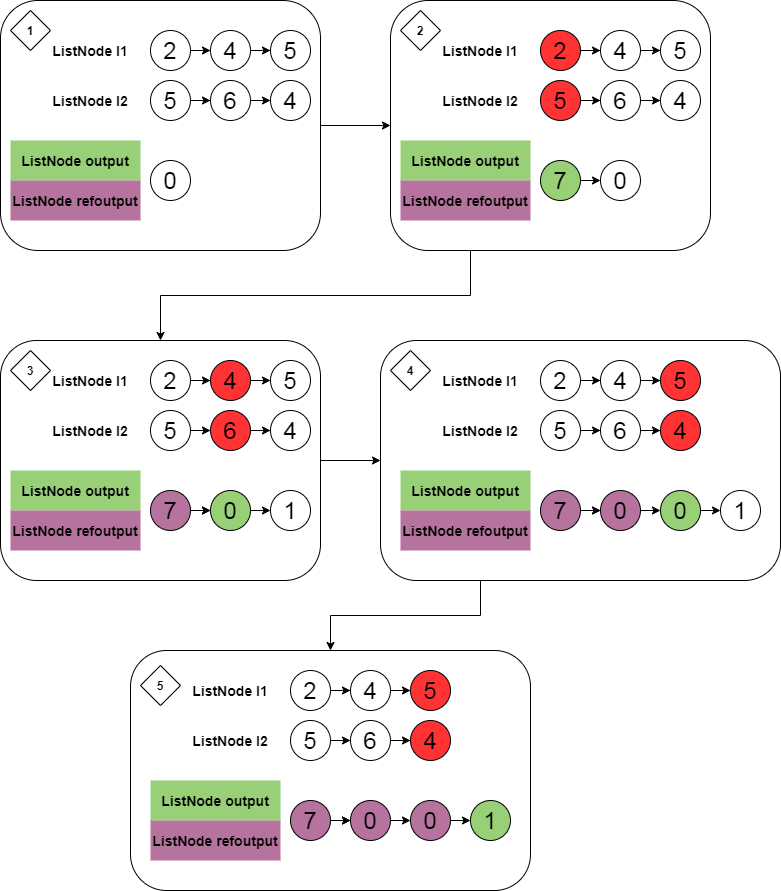
Earlier version of the draw.io export source/img/LeetCode/2_AddTwoNumbers.png (seawaterfoods/seawaterfoods.github.io). Source tidied: cells renumbered, new cells last; positions are measured from the earlier drawing's top-left corner, leaving out a move shared by most shapes.
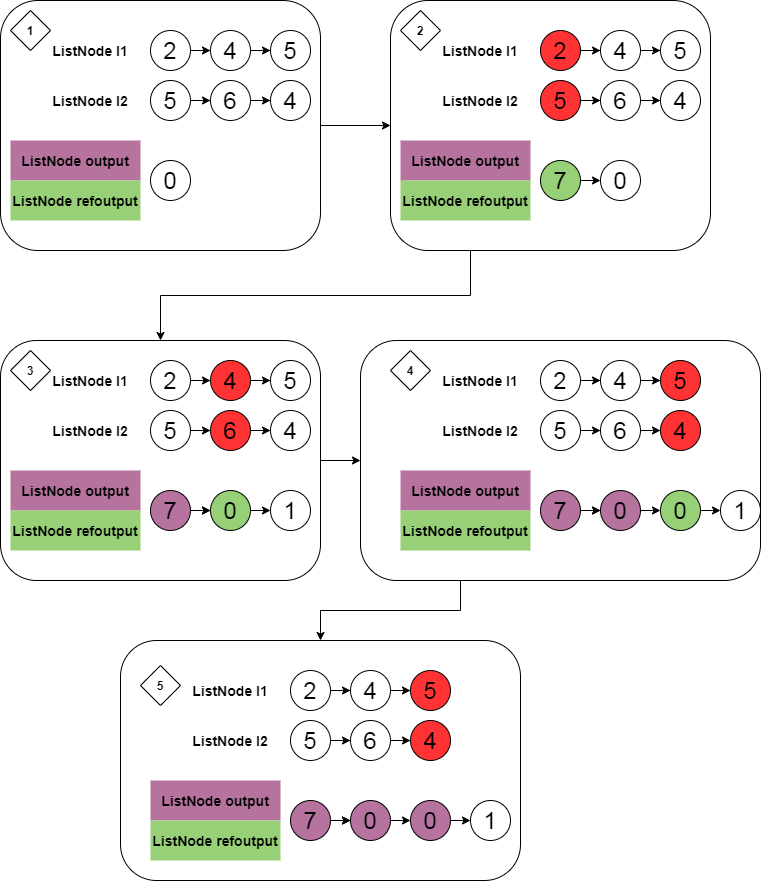
The same file after the commit.

Commit message:
修日誌BUG (LeetCode)2 Add Two Numbers

Diff of the diagram source:
```diff
@@ -38,10 +38,10 @@
     <mxCell id="13" value="&lt;font style=&quot;font-size: 24px&quot;&gt;5&lt;/font&gt;" style="ellipse;whiteSpace=wrap;html=1;" parent="1" vertex="1">
       <mxGeometry x="150" y="80" width="40" height="40" as="geometry" />
     </mxCell>
-    <mxCell id="14" value="&lt;h3&gt;ListNode&amp;nbsp;output&lt;/h3&gt;" style="text;html=1;strokeColor=none;fillColor=#97D077;align=center;verticalAlign=middle;whiteSpace=wrap;rounded=0;" parent="1" vertex="1">
+    <mxCell id="14" value="&lt;h3&gt;ListNode&amp;nbsp;output&lt;/h3&gt;" style="text;html=1;strokeColor=none;fillColor=#B5739D;align=center;verticalAlign=middle;whiteSpace=wrap;rounded=0;" parent="1" vertex="1">
       <mxGeometry x="10" y="140" width="130" height="40" as="geometry" />
     </mxCell>
-    <mxCell id="15" value="&lt;h3&gt;ListNode&amp;nbsp;refoutput&lt;/h3&gt;" style="text;html=1;strokeColor=none;fillColor=#B5739D;align=center;verticalAlign=middle;whiteSpace=wrap;rounded=0;" parent="1" vertex="1">
+    <mxCell id="15" value="&lt;h3&gt;ListNode&amp;nbsp;refoutput&lt;/h3&gt;" style="text;html=1;strokeColor=none;fillColor=#97D077;align=center;verticalAlign=middle;whiteSpace=wrap;rounded=0;" parent="1" vertex="1">
       <mxGeometry x="10" y="180" width="130" height="40" as="geometry" />
     </mxCell>
     <mxCell id="16" value="&lt;font style=&quot;font-size: 24px&quot;&gt;0&lt;/font&gt;" style="ellipse;whiteSpace=wrap;html=1;" parent="1" vertex="1">
@@ -83,10 +83,10 @@
     <mxCell id="28" value="&lt;font style=&quot;font-size: 24px&quot;&gt;5&lt;/font&gt;" style="ellipse;whiteSpace=wrap;html=1;fillColor=#FF3333;" parent="1" vertex="1">
       <mxGeometry x="540" y="80" width="40" height="40" as="geometry" />
     </mxCell>
-    <mxCell id="29" value="&lt;h3&gt;ListNode&amp;nbsp;output&lt;/h3&gt;" style="text;html=1;strokeColor=none;fillColor=#97D077;align=center;verticalAlign=middle;whiteSpace=wrap;rounded=0;" parent="1" vertex="1">
+    <mxCell id="29" value="&lt;h3&gt;ListNode&amp;nbsp;output&lt;/h3&gt;" style="text;html=1;strokeColor=none;fillColor=#B5739D;align=center;verticalAlign=middle;whiteSpace=wrap;rounded=0;" parent="1" vertex="1">
       <mxGeometry x="400" y="140" width="130" height="40" as="geometry" />
     </mxCell>
-    <mxCell id="30" value="&lt;h3&gt;ListNode&amp;nbsp;refoutput&lt;/h3&gt;" style="text;html=1;strokeColor=none;fillColor=#B5739D;align=center;verticalAlign=middle;whiteSpace=wrap;rounded=0;" parent="1" vertex="1">
+    <mxCell id="30" value="&lt;h3&gt;ListNode&amp;nbsp;refoutput&lt;/h3&gt;" style="text;html=1;strokeColor=none;fillColor=#97D077;align=center;verticalAlign=middle;whiteSpace=wrap;rounded=0;" parent="1" vertex="1">
       <mxGeometry x="400" y="180" width="130" height="40" as="geometry" />
     </mxCell>
     <mxCell id="31" style="edgeStyle=orthogonalEdgeStyle;rounded=0;jettySize=auto;html=1;exitX=1;exitY=0.5;exitDx=0;exitDy=0;entryX=0;entryY=0.5;entryDx=0;entryDy=0;" parent="1" edge="1" source="32" target="33">
@@ -134,10 +134,10 @@
     <mxCell id="45" value="&lt;font style=&quot;font-size: 24px&quot;&gt;5&lt;/font&gt;" style="ellipse;whiteSpace=wrap;html=1;fillColor=#FFFFFF;" parent="1" vertex="1">
       <mxGeometry x="150" y="410" width="40" height="40" as="geometry" />
     </mxCell>
-    <mxCell id="46" value="&lt;h3&gt;ListNode&amp;nbsp;output&lt;/h3&gt;" style="text;html=1;strokeColor=none;fillColor=#97D077;align=center;verticalAlign=middle;whiteSpace=wrap;rounded=0;" parent="1" vertex="1">
+    <mxCell id="46" value="&lt;h3&gt;ListNode&amp;nbsp;output&lt;/h3&gt;" style="text;html=1;strokeColor=none;fillColor=#B5739D;align=center;verticalAlign=middle;whiteSpace=wrap;rounded=0;" parent="1" vertex="1">
       <mxGeometry x="10" y="470" width="130" height="40" as="geometry" />
     </mxCell>
-    <mxCell id="47" value="&lt;h3&gt;ListNode&amp;nbsp;refoutput&lt;/h3&gt;" style="text;html=1;strokeColor=none;fillColor=#B5739D;align=center;verticalAlign=middle;whiteSpace=wrap;rounded=0;" parent="1" vertex="1">
+    <mxCell id="47" value="&lt;h3&gt;ListNode&amp;nbsp;refoutput&lt;/h3&gt;" style="text;html=1;strokeColor=none;fillColor=#97D077;align=center;verticalAlign=middle;whiteSpace=wrap;rounded=0;" parent="1" vertex="1">
       <mxGeometry x="10" y="510" width="130" height="40" as="geometry" />
     </mxCell>
     <mxCell id="48" style="edgeStyle=orthogonalEdgeStyle;rounded=0;jettySize=auto;html=1;exitX=1;exitY=0.5;exitDx=0;exitDy=0;entryX=0;entryY=0.5;entryDx=0;entryDy=0;" parent="1" edge="1" source="50" target="52">
@@ -196,10 +196,10 @@
     <mxCell id="65" value="&lt;font style=&quot;font-size: 24px&quot;&gt;5&lt;/font&gt;" style="ellipse;whiteSpace=wrap;html=1;fillColor=#FFFFFF;" parent="1" vertex="1">
       <mxGeometry x="540" y="410" width="40" height="40" as="geometry" />
     </mxCell>
-    <mxCell id="66" value="&lt;h3&gt;ListNode&amp;nbsp;output&lt;/h3&gt;" style="text;html=1;strokeColor=none;fillColor=#97D077;align=center;verticalAlign=middle;whiteSpace=wrap;rounded=0;" parent="1" vertex="1">
+    <mxCell id="66" value="&lt;h3&gt;ListNode&amp;nbsp;output&lt;/h3&gt;" style="text;html=1;strokeColor=none;fillColor=#B5739D;align=center;verticalAlign=middle;whiteSpace=wrap;rounded=0;" parent="1" vertex="1">
       <mxGeometry x="400" y="470" width="130" height="40" as="geometry" />
     </mxCell>
-    <mxCell id="67" value="&lt;h3&gt;ListNode&amp;nbsp;refoutput&lt;/h3&gt;" style="text;html=1;strokeColor=none;fillColor=#B5739D;align=center;verticalAlign=middle;whiteSpace=wrap;rounded=0;" parent="1" vertex="1">
+    <mxCell id="67" value="&lt;h3&gt;ListNode&amp;nbsp;refoutput&lt;/h3&gt;" style="text;html=1;strokeColor=none;fillColor=#97D077;align=center;verticalAlign=middle;whiteSpace=wrap;rounded=0;" parent="1" vertex="1">
       <mxGeometry x="400" y="510" width="130" height="40" as="geometry" />
     </mxCell>
     <mxCell id="68" style="edgeStyle=orthogonalEdgeStyle;rounded=0;jettySize=auto;html=1;exitX=1;exitY=0.5;exitDx=0;exitDy=0;entryX=0;entryY=0.5;entryDx=0;entryDy=0;" parent="1" edge="1" source="70" target="72">
@@ -264,10 +264,10 @@
     <mxCell id="87" value="&lt;font style=&quot;font-size: 24px&quot;&gt;5&lt;/font&gt;" style="ellipse;whiteSpace=wrap;html=1;fillColor=#FFFFFF;" parent="1" vertex="1">
       <mxGeometry x="290" y="720" width="40" height="40" as="geometry" />
     </mxCell>
-    <mxCell id="88" value="&lt;h3&gt;ListNode&amp;nbsp;output&lt;/h3&gt;" style="text;html=1;strokeColor=none;fillColor=#97D077;align=center;verticalAlign=middle;whiteSpace=wrap;rounded=0;" parent="1" vertex="1">
+    <mxCell id="88" value="&lt;h3&gt;ListNode&amp;nbsp;output&lt;/h3&gt;" style="text;html=1;strokeColor=none;fillColor=#B5739D;align=center;verticalAlign=middle;whiteSpace=wrap;rounded=0;" parent="1" vertex="1">
       <mxGeometry x="150" y="780" width="130" height="40" as="geometry" />
     </mxCell>
-    <mxCell id="89" value="&lt;h3&gt;ListNode&amp;nbsp;refoutput&lt;/h3&gt;" style="text;html=1;strokeColor=none;fillColor=#B5739D;align=center;verticalAlign=middle;whiteSpace=wrap;rounded=0;" parent="1" vertex="1">
+    <mxCell id="89" value="&lt;h3&gt;ListNode&amp;nbsp;refoutput&lt;/h3&gt;" style="text;html=1;strokeColor=none;fillColor=#97D077;align=center;verticalAlign=middle;whiteSpace=wrap;rounded=0;" parent="1" vertex="1">
       <mxGeometry x="150" y="820" width="130" height="40" as="geometry" />
     </mxCell>
     <mxCell id="90" style="edgeStyle=orthogonalEdgeStyle;rounded=0;jettySize=auto;html=1;exitX=1;exitY=0.5;exitDx=0;exitDy=0;entryX=0;entryY=0.5;entryDx=0;entryDy=0;" parent="1" edge="1" source="92" target="94">
@@ -293,7 +293,7 @@
     <mxCell id="96" value="&lt;font style=&quot;font-size: 24px&quot;&gt;0&lt;/font&gt;" style="ellipse;whiteSpace=wrap;html=1;fillColor=#B5739D;" parent="1" vertex="1">
       <mxGeometry x="410" y="800" width="40" height="40" as="geometry" />
     </mxCell>
-    <mxCell id="97" value="&lt;font style=&quot;font-size: 24px&quot;&gt;1&lt;/font&gt;" style="ellipse;whiteSpace=wrap;html=1;fillColor=#97D077;" parent="1" vertex="1">
+    <mxCell id="97" value="&lt;font style=&quot;font-size: 24px&quot;&gt;1&lt;/font&gt;" style="ellipse;whiteSpace=wrap;html=1;fillColor=#FFFFFF;" parent="1" vertex="1">
       <mxGeometry x="470" y="800" width="40" height="40" as="geometry" />
     </mxCell>
     <mxCell id="98" style="edgeStyle=orthogonalEdgeStyle;rounded=0;jettySize=auto;html=1;exitX=0.25;exitY=1;exitDx=0;exitDy=0;" parent="1" edge="1" source="99" target="101">
@@ -312,10 +312,10 @@
       <mxGeometry relative="1" as="geometry" />
     </mxCell>
     <mxCell id="103" style="rounded=1;whiteSpace=wrap;html=1;strokeColor=#000000;fillColor=none;" parent="1" vertex="1">
-      <mxGeometry x="380" y="340" width="400" height="240" as="geometry" />
+      <mxGeometry x="360" y="340" width="400" height="240" as="geometry" />
     </mxCell>
     <mxCell id="104" style="rounded=1;whiteSpace=wrap;html=1;strokeColor=#000000;fillColor=none;" parent="1" vertex="1">
-      <mxGeometry x="130" y="650" width="400" height="240" as="geometry" />
+      <mxGeometry x="120" y="640" width="400" height="240" as="geometry" />
     </mxCell>
     <mxCell id="105" value="&lt;b&gt;1&lt;/b&gt;" style="rhombus;whiteSpace=wrap;html=1;strokeColor=#000000;fillColor=none;" parent="1" vertex="1">
       <mxGeometry x="10" y="10" width="40" height="40" as="geometry" />
```
